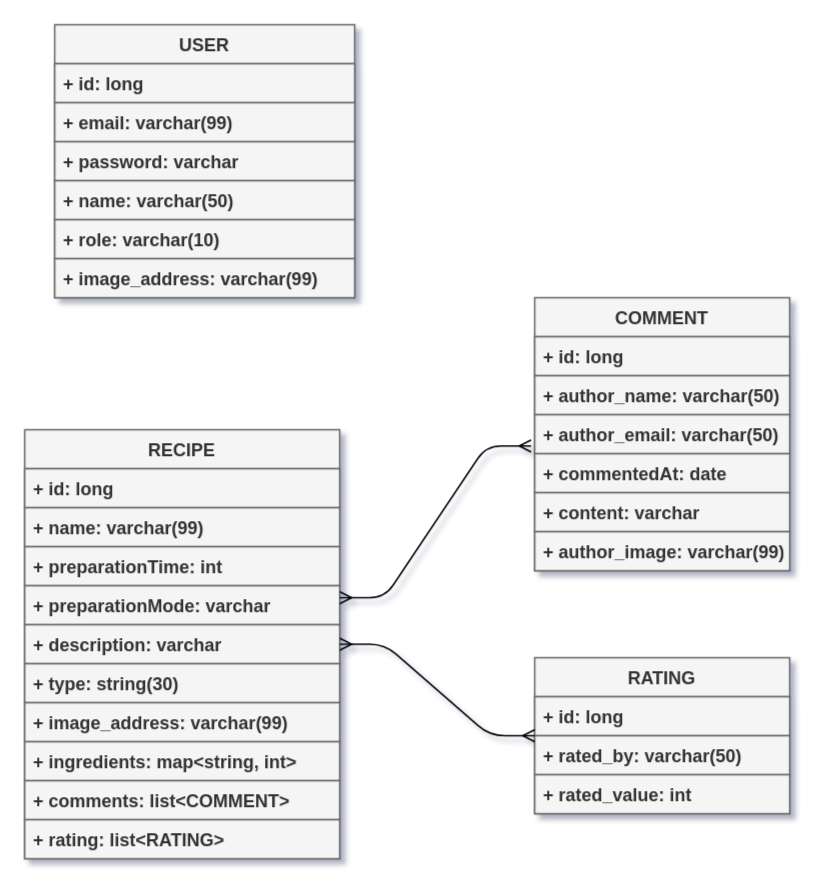
Benilsn/Veggie keeps this draw.io diagram as src/main/resources/der.drawio. Above is the earlier version. Source tidied: cells renumbered, new cells numbered last; positions are measured from the earlier drawing's top-left corner, leaving out a move shared by most shapes. Both pictures are drawn from the tidied source at 150%, with x=0, y=0 at pixel (24, 24).
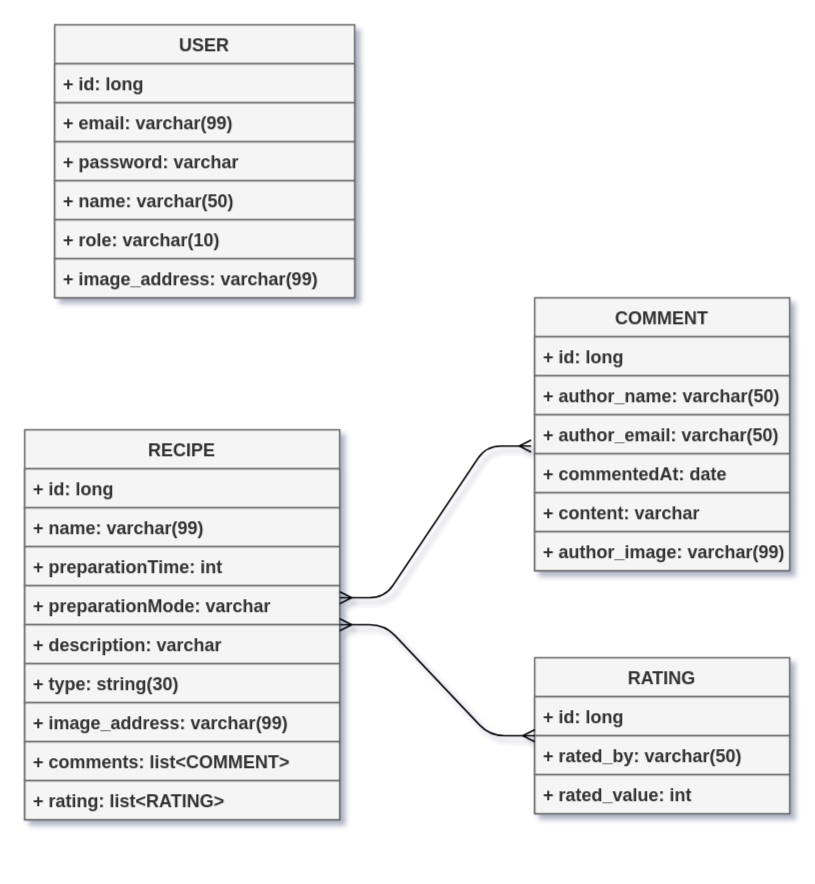
The same page after the edit.

Change to the diagram source:
```diff
@@
     <mxCell id="9" value="RECIPE" style="swimlane;fontStyle=1;horizontal=1;startSize=26;fillColor=#f5f5f5;strokeColor=#666666;fontColor=#333333;verticalAlign=middle;" parent="1" vertex="1">
-      <mxGeometry y="270" width="210" height="286" as="geometry" />
+      <mxGeometry y="270" width="210" height="260" as="geometry" />
     </mxCell>
@@
-    <mxCell id="17" value="+ ingredients: map&lt;string, int&gt;" style="text;strokeColor=#666666;fillColor=#f5f5f5;align=left;verticalAlign=middle;spacingLeft=4;spacingRight=4;overflow=hidden;fontColor=#333333;fontStyle=1;" parent="9" vertex="1">
-      <mxGeometry y="208" width="210" height="26" as="geometry" />
-    </mxCell>
     <mxCell id="18" value="+ comments: list&lt;COMMENT&gt;" style="text;strokeColor=#666666;fillColor=#f5f5f5;align=left;verticalAlign=middle;spacingLeft=4;spacingRight=4;overflow=hidden;fontColor=#333333;fontStyle=1;" parent="9" vertex="1">
-      <mxGeometry y="234" width="210" height="26" as="geometry" />
+      <mxGeometry y="208" width="210" height="26" as="geometry" />
     </mxCell>
     <mxCell id="19" value="+ rating: list&lt;RATING&gt;" style="text;strokeColor=#666666;fillColor=#f5f5f5;align=left;verticalAlign=middle;spacingLeft=4;spacingRight=4;overflow=hidden;fontColor=#333333;fontStyle=1;" parent="9" vertex="1">
-      <mxGeometry y="260" width="210" height="26" as="geometry" />
+      <mxGeometry y="234" width="210" height="26" as="geometry" />
     </mxCell>
```
